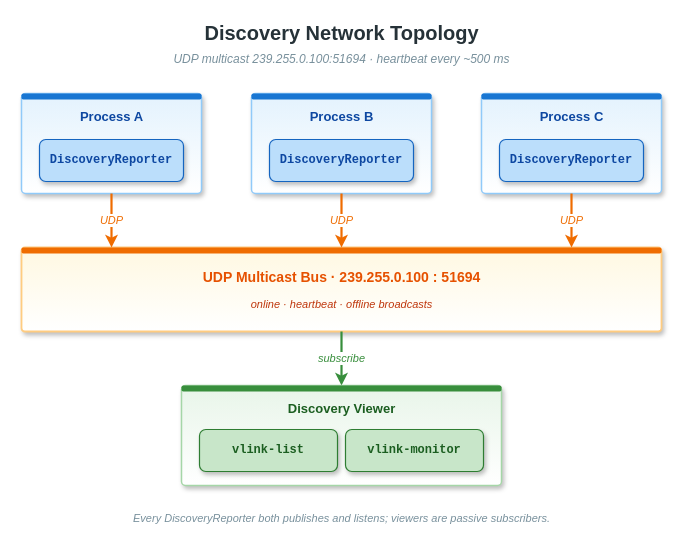
Earlier version of the draw.io diagram doc/images/discovery-network.drawio (PinkMan-03/vlink). Source tidied: cells renumbered, new cells numbered last; positions are measured from the earlier drawing's top-left corner, leaving out a move shared by most shapes. Both pictures are drawn from the tidied source at 100%, with x=0, y=0 at pixel (21, 17).
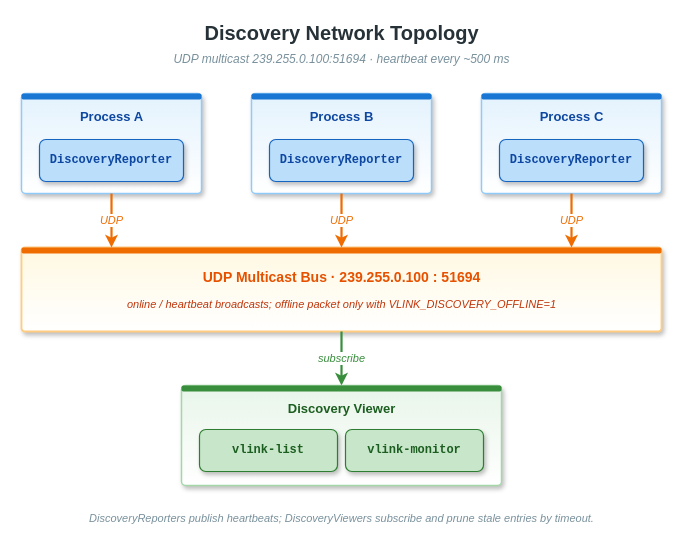
The same page after the edit.

Diff of the diagram source:
```diff
@@
-    <mxCell id="19" value="online · heartbeat · offline broadcasts" style="text;html=1;align=center;verticalAlign=middle;strokeColor=none;fillColor=none;fontSize=11;fontStyle=2;fontColor=#bf360c;" parent="1" vertex="1">
+    <mxCell id="19" value="online / heartbeat broadcasts; offline packet only with VLINK_DISCOVERY_OFFLINE=1" style="text;html=1;align=center;verticalAlign=middle;strokeColor=none;fillColor=none;fontSize=11;fontStyle=2;fontColor=#bf360c;" parent="1" vertex="1">
       <mxGeometry y="276" width="640" height="22" as="geometry" />
     </mxCell>
@@
-    <mxCell id="29" value="Every DiscoveryReporter both publishes and listens; viewers are passive subscribers." style="text;html=1;align=center;verticalAlign=middle;strokeColor=none;fillColor=none;fontSize=11;fontStyle=2;fontColor=#78909c;" parent="1" vertex="1">
+    <mxCell id="29" value="DiscoveryReporters publish heartbeats; DiscoveryViewers subscribe and prune stale entries by timeout." style="text;html=1;align=center;verticalAlign=middle;strokeColor=none;fillColor=none;fontSize=11;fontStyle=2;fontColor=#78909c;" parent="1" vertex="1">
       <mxGeometry y="490" width="640" height="22" as="geometry" />
     </mxCell>
```
